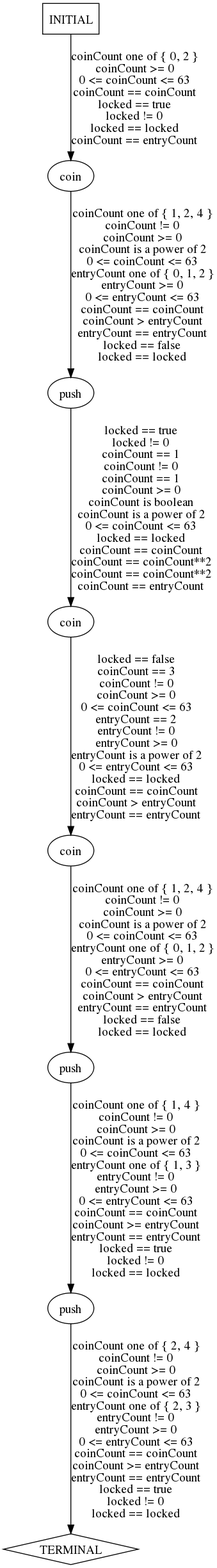
This is traces/abstract/turnstile-example/predicted-paths/turnstile-example-test8.dot.png from ModelInference/synoptic, a Graphviz export, as it was before one commit. Its source is kept beside it as traces/abstract/turnstile-example/predicted-paths/turnstile-example-test8.dot. The source it was exported from:
```dot
digraph {
  0 [label="coin"];
  1 [label="coin"];
  2 [label="coin"];
  3 [label="push"];
  4 [label="push"];
  5 [label="push"];
  6 [label="TERMINAL",shape=diamond];
  7 [label="INITIAL",shape=box];
0->3 [label="coinCount one of { 1, 2, 4 }\ncoinCount != 0\ncoinCount >= 0\ncoinCount is a power of 2\n0 <= coinCount <= 63\nentryCount one of { 0, 1, 2 }\nentryCount >= 0\n0 <= entryCount <= 63\ncoinCount == coinCount\ncoinCount > entryCount\nentryCount == entryCount\nlocked == false\nlocked == locked",];
1->2 [label="locked == false\ncoinCount == 3\ncoinCount != 0\ncoinCount >= 0\n0 <= coinCount <= 63\nentryCount == 2\nentryCount != 0\nentryCount >= 0\nentryCount is a power of 2\n0 <= entryCount <= 63\nlocked == locked\ncoinCount == coinCount\ncoinCount > entryCount\nentryCount == entryCount",];
2->4 [label="coinCount one of { 1, 2, 4 }\ncoinCount != 0\ncoinCount >= 0\ncoinCount is a power of 2\n0 <= coinCount <= 63\nentryCount one of { 0, 1, 2 }\nentryCount >= 0\n0 <= entryCount <= 63\ncoinCount == coinCount\ncoinCount > entryCount\nentryCount == entryCount\nlocked == false\nlocked == locked",];
3->1 [label="locked == true\nlocked != 0\ncoinCount == 1\ncoinCount != 0\ncoinCount == 1\ncoinCount >= 0\ncoinCount is boolean\ncoinCount is a power of 2\n0 <= coinCount <= 63\nlocked == locked\ncoinCount == coinCount\ncoinCount == coinCount**2\ncoinCount == coinCount**2\ncoinCount == entryCount",];
4->5 [label="coinCount one of { 1, 4 }\ncoinCount != 0\ncoinCount >= 0\ncoinCount is a power of 2\n0 <= coinCount <= 63\nentryCount one of { 1, 3 }\nentryCount != 0\nentryCount >= 0\n0 <= entryCount <= 63\ncoinCount == coinCount\ncoinCount >= entryCount\nentryCount == entryCount\nlocked == true\nlocked != 0\nlocked == locked",];
5->6 [label="coinCount one of { 2, 4 }\ncoinCount != 0\ncoinCount >= 0\ncoinCount is a power of 2\n0 <= coinCount <= 63\nentryCount one of { 2, 3 }\nentryCount != 0\nentryCount >= 0\n0 <= entryCount <= 63\ncoinCount == coinCount\ncoinCount >= entryCount\nentryCount == entryCount\nlocked == true\nlocked != 0\nlocked == locked",];
7->0 [label="coinCount one of { 0, 2 }\ncoinCount >= 0\n0 <= coinCount <= 63\ncoinCount == coinCount\nlocked == true\nlocked != 0\nlocked == locked\ncoinCount == entryCount",];
} // digraph {
```
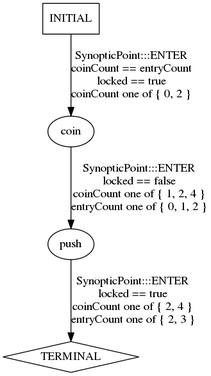
After the change.

The edit, as a diff of the source:
```diff
@@ -1,17 +1,9 @@
 digraph {
   0 [label="coin"];
-  1 [label="coin"];
-  2 [label="coin"];
-  3 [label="push"];
-  4 [label="push"];
-  5 [label="push"];
-  6 [label="TERMINAL",shape=diamond];
-  7 [label="INITIAL",shape=box];
-0->3 [label="coinCount one of { 1, 2, 4 }\ncoinCount != 0\ncoinCount >= 0\ncoinCount is a power of 2\n0 <= coinCount <= 63\nentryCount one of { 0, 1, 2 }\nentryCount >= 0\n0 <= entryCount <= 63\ncoinCount == coinCount\ncoinCount > entryCount\nentryCount == entryCount\nlocked == false\nlocked == locked",];
-1->2 [label="locked == false\ncoinCount == 3\ncoinCount != 0\ncoinCount >= 0\n0 <= coinCount <= 63\nentryCount == 2\nentryCount != 0\nentryCount >= 0\nentryCount is a power of 2\n0 <= entryCount <= 63\nlocked == locked\ncoinCount == coinCount\ncoinCount > entryCount\nentryCount == entryCount",];
-2->4 [label="coinCount one of { 1, 2, 4 }\ncoinCount != 0\ncoinCount >= 0\ncoinCount is a power of 2\n0 <= coinCount <= 63\nentryCount one of { 0, 1, 2 }\nentryCount >= 0\n0 <= entryCount <= 63\ncoinCount == coinCount\ncoinCount > entryCount\nentryCount == entryCount\nlocked == false\nlocked == locked",];
-3->1 [label="locked == true\nlocked != 0\ncoinCount == 1\ncoinCount != 0\ncoinCount == 1\ncoinCount >= 0\ncoinCount is boolean\ncoinCount is a power of 2\n0 <= coinCount <= 63\nlocked == locked\ncoinCount == coinCount\ncoinCount == coinCount**2\ncoinCount == coinCount**2\ncoinCount == entryCount",];
-4->5 [label="coinCount one of { 1, 4 }\ncoinCount != 0\ncoinCount >= 0\ncoinCount is a power of 2\n0 <= coinCount <= 63\nentryCount one of { 1, 3 }\nentryCount != 0\nentryCount >= 0\n0 <= entryCount <= 63\ncoinCount == coinCount\ncoinCount >= entryCount\nentryCount == entryCount\nlocked == true\nlocked != 0\nlocked == locked",];
-5->6 [label="coinCount one of { 2, 4 }\ncoinCount != 0\ncoinCount >= 0\ncoinCount is a power of 2\n0 <= coinCount <= 63\nentryCount one of { 2, 3 }\nentryCount != 0\nentryCount >= 0\n0 <= entryCount <= 63\ncoinCount == coinCount\ncoinCount >= entryCount\nentryCount == entryCount\nlocked == true\nlocked != 0\nlocked == locked",];
-7->0 [label="coinCount one of { 0, 2 }\ncoinCount >= 0\n0 <= coinCount <= 63\ncoinCount == coinCount\nlocked == true\nlocked != 0\nlocked == locked\ncoinCount == entryCount",];
+  1 [label="push"];
+  2 [label="TERMINAL",shape=diamond];
+  3 [label="INITIAL",shape=box];
+0->1 [label="SynopticPoint:::ENTER\nlocked == false\ncoinCount one of { 1, 2, 4 }\nentryCount one of { 0, 1, 2 }\n",];
+1->2 [label="SynopticPoint:::ENTER\nlocked == true\ncoinCount one of { 2, 4 }\nentryCount one of { 2, 3 }\n",];
+3->0 [label="SynopticPoint:::ENTER\ncoinCount == entryCount\nlocked == true\ncoinCount one of { 0, 2 }\n",];
 } // digraph {
```
